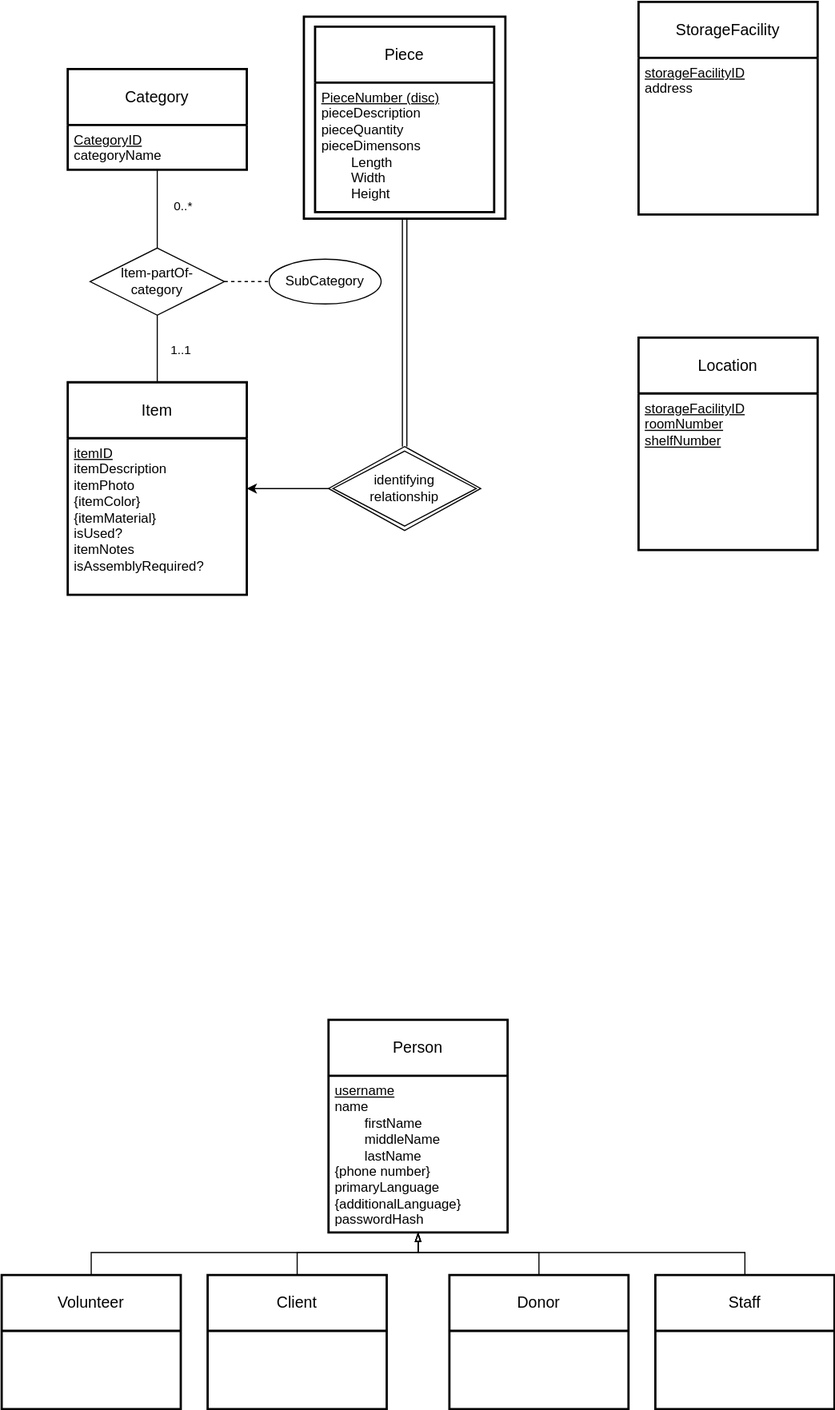
Before: Classes + Uni/PDS/Project/Part 1/Project1.svg, a diagram exported from draw.io (ivanearisty/obsidian). Source tidied: cells renumbered, new cells last; positions are measured from the earlier drawing's top-left corner, leaving out a move shared by most shapes.
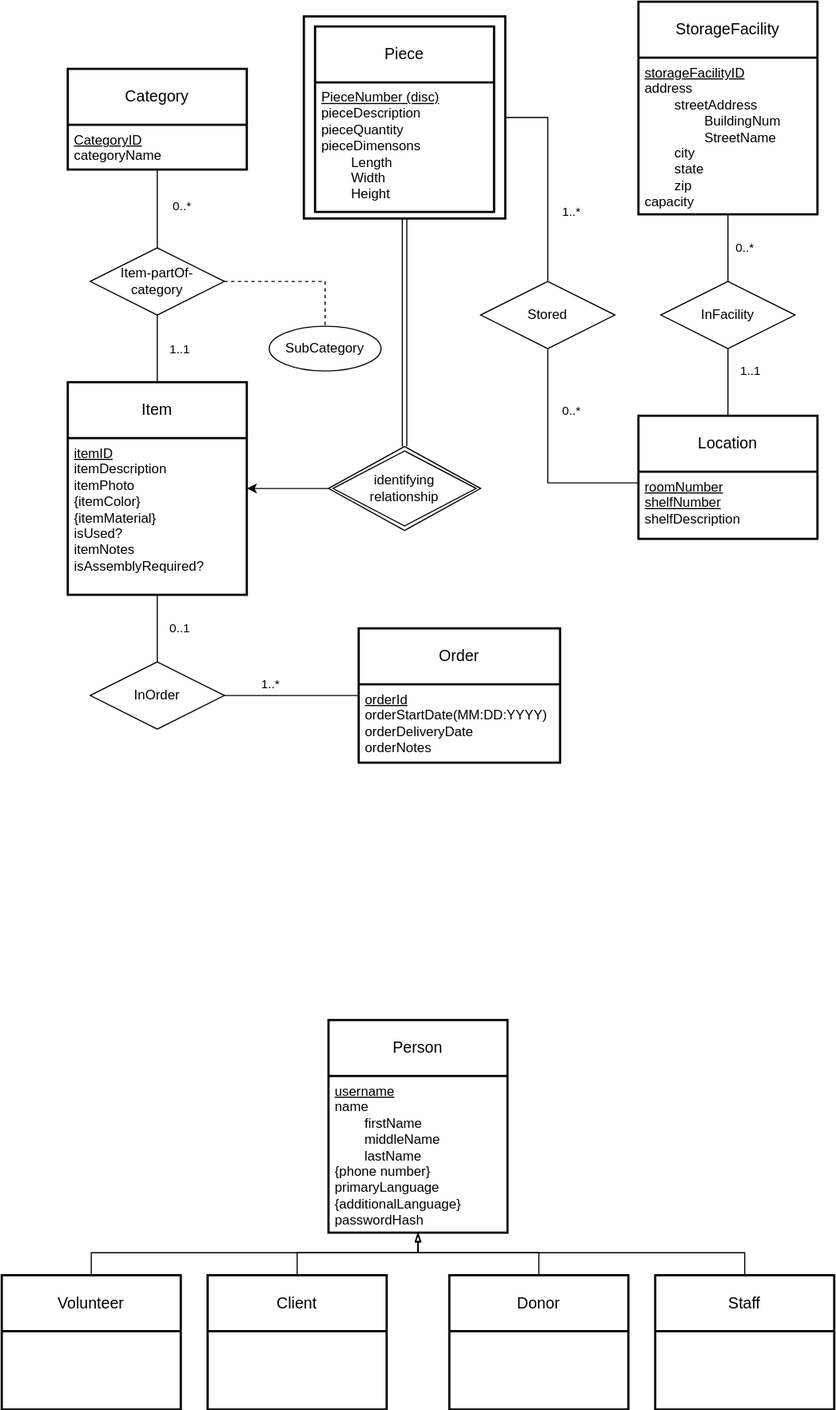
After the change.

Commit message:
vault backup: 2024-10-17 14:43:26

Change to the diagram source:
```diff
@@ -109,19 +109,85 @@
       <mxGeometry x="292" y="397.5" width="136" height="75" as="geometry" />
     </mxCell>
     <mxCell id="29" value="SubCategory" style="ellipse;whiteSpace=wrap;html=1;align=center;" parent="1" vertex="1">
-      <mxGeometry x="239" y="230" width="100" height="40" as="geometry" />
+      <mxGeometry x="239" y="290" width="100" height="40" as="geometry" />
     </mxCell>
+    <mxCell id="34" style="edgeStyle=orthogonalEdgeStyle;rounded=0;jettySize=auto;html=1;endArrow=none;endFill=0;" parent="1" edge="1" source="30" target="38">
+      <mxGeometry relative="1" as="geometry" />
+    </mxCell>
+    <mxCell id="35" value="1..1" style="edgeLabel;html=1;align=center;verticalAlign=middle;" parent="34" vertex="1">
+      <mxGeometry x="0.34" relative="1" as="geometry">
+        <mxPoint x="20" as="offset" />
+      </mxGeometry>
+    </mxCell>
     <mxCell id="30" value="Location" style="swimlane;horizontal=1;startSize=50;rounded=0;fontSize=14;fontStyle=0;strokeWidth=2;shadow=0;dashed=0;align=center;arcSize=4;whiteSpace=wrap;html=1;" parent="1" vertex="1">
-      <mxGeometry x="569" y="300" width="160" height="190" as="geometry" />
+      <mxGeometry x="569" y="370" width="160" height="110" as="geometry" />
     </mxCell>
-    <mxCell id="31" value="&lt;u&gt;storageFacilityID&lt;/u&gt;&lt;div&gt;&lt;u&gt;roomNumber&lt;/u&gt;&lt;/div&gt;&lt;div&gt;&lt;u&gt;shelfNumber&lt;/u&gt;&lt;/div&gt;" style="align=left;strokeColor=none;fillColor=none;spacingLeft=4;fontSize=12;verticalAlign=top;html=1;" parent="30" vertex="1">
-      <mxGeometry y="50" width="160" height="140" as="geometry" />
+    <mxCell id="31" value="&lt;div&gt;&lt;u&gt;roomNumber&lt;/u&gt;&lt;/div&gt;&lt;div&gt;&lt;u&gt;shelfNumber&lt;/u&gt;&lt;/div&gt;&lt;div&gt;shelfDescription&lt;/div&gt;" style="align=left;strokeColor=none;fillColor=none;spacingLeft=4;fontSize=12;verticalAlign=top;html=1;" parent="30" vertex="1">
+      <mxGeometry y="50" width="160" height="60" as="geometry" />
     </mxCell>
     <mxCell id="32" value="StorageFacility" style="swimlane;horizontal=1;startSize=50;rounded=0;fontSize=14;fontStyle=0;strokeWidth=2;shadow=0;dashed=0;align=center;arcSize=4;whiteSpace=wrap;html=1;" parent="1" vertex="1">
       <mxGeometry x="569" width="160" height="190" as="geometry" />
     </mxCell>
-    <mxCell id="33" value="&lt;u&gt;storageFacilityID&lt;/u&gt;&lt;div&gt;address&lt;/div&gt;&lt;div&gt;&lt;span style=&quot;white-space: pre;&quot;&gt;&#9;&lt;/span&gt;&lt;br&gt;&lt;/div&gt;" style="align=left;strokeColor=none;fillColor=none;spacingLeft=4;fontSize=12;verticalAlign=top;html=1;" parent="32" vertex="1">
+    <mxCell id="33" value="&lt;u&gt;storageFacilityID&lt;/u&gt;&lt;div&gt;address&lt;/div&gt;&lt;div&gt;&lt;span style=&quot;white-space: pre;&quot;&gt;&#9;&lt;/span&gt;streetAddress&lt;br&gt;&lt;/div&gt;&lt;div&gt;&lt;span style=&quot;white-space: pre;&quot;&gt;&#9;&lt;/span&gt;&lt;span style=&quot;white-space: pre;&quot;&gt;&#9;&lt;/span&gt;BuildingNum&lt;br&gt;&lt;/div&gt;&lt;div&gt;&lt;span style=&quot;white-space: pre;&quot;&gt;&#9;&lt;/span&gt;&lt;span style=&quot;white-space: pre;&quot;&gt;&#9;&lt;/span&gt;StreetName&lt;br&gt;&lt;/div&gt;&lt;div&gt;&lt;span style=&quot;white-space: pre;&quot;&gt;&#9;&lt;/span&gt;city&lt;br&gt;&lt;/div&gt;&lt;div&gt;&lt;span style=&quot;white-space: pre;&quot;&gt;&#9;&lt;/span&gt;state&lt;br&gt;&lt;/div&gt;&lt;div&gt;&lt;span style=&quot;white-space: pre;&quot;&gt;&#9;&lt;/span&gt;zip&lt;br&gt;&lt;/div&gt;&lt;div&gt;capacity&lt;/div&gt;" style="align=left;strokeColor=none;fillColor=none;spacingLeft=4;fontSize=12;verticalAlign=top;html=1;" parent="32" vertex="1">
       <mxGeometry y="50" width="160" height="140" as="geometry" />
     </mxCell>
+    <mxCell id="36" style="edgeStyle=orthogonalEdgeStyle;rounded=0;jettySize=auto;html=1;endArrow=none;endFill=0;" parent="1" edge="1" source="38" target="33">
+      <mxGeometry relative="1" as="geometry" />
+    </mxCell>
+    <mxCell id="37" value="0..*" style="edgeLabel;html=1;align=center;verticalAlign=middle;" parent="36" vertex="1">
+      <mxGeometry x="-0.01" y="2" relative="1" as="geometry">
+        <mxPoint x="17" as="offset" />
+      </mxGeometry>
+    </mxCell>
+    <mxCell id="38" value="InFacility" style="shape=rhombus;perimeter=rhombusPerimeter;whiteSpace=wrap;html=1;align=center;" parent="1" vertex="1">
+      <mxGeometry x="589" y="250" width="120" height="60" as="geometry" />
+    </mxCell>
+    <mxCell id="39" value="Order" style="swimlane;horizontal=1;startSize=50;rounded=0;fontSize=14;fontStyle=0;strokeWidth=2;shadow=0;dashed=0;align=center;arcSize=4;whiteSpace=wrap;html=1;" parent="1" vertex="1">
+      <mxGeometry x="319" y="560" width="180" height="120" as="geometry" />
+    </mxCell>
+    <mxCell id="40" value="&lt;div&gt;&lt;u&gt;orderId&lt;/u&gt;&lt;/div&gt;&lt;div&gt;orderStartDate(MM:DD:YYYY)&lt;/div&gt;&lt;div&gt;orderDeliveryDate&lt;/div&gt;&lt;div&gt;orderNotes&lt;/div&gt;" style="align=left;strokeColor=none;fillColor=none;spacingLeft=4;fontSize=12;verticalAlign=top;html=1;" parent="39" vertex="1">
+      <mxGeometry y="50" width="180" height="70" as="geometry" />
+    </mxCell>
+    <mxCell id="41" style="edgeStyle=orthogonalEdgeStyle;rounded=0;jettySize=auto;html=1;endArrow=none;endFill=0;" parent="1" edge="1" source="43" target="30">
+      <mxGeometry relative="1" as="geometry">
+        <Array as="points">
+          <mxPoint x="488" y="430" />
+        </Array>
+      </mxGeometry>
+    </mxCell>
+    <mxCell id="42" value="0..*" style="edgeLabel;html=1;align=center;verticalAlign=middle;" parent="41" vertex="1">
+      <mxGeometry x="-0.44" y="-2" relative="1" as="geometry">
+        <mxPoint x="23" as="offset" />
+      </mxGeometry>
+    </mxCell>
+    <mxCell id="43" value="Stored" style="shape=rhombus;perimeter=rhombusPerimeter;whiteSpace=wrap;html=1;align=center;" parent="1" vertex="1">
+      <mxGeometry x="428" y="250" width="120" height="60" as="geometry" />
+    </mxCell>
+    <mxCell id="44" style="edgeStyle=orthogonalEdgeStyle;rounded=0;jettySize=auto;html=1;endArrow=none;endFill=0;" parent="1" edge="1" source="23" target="43">
+      <mxGeometry relative="1" as="geometry">
+        <Array as="points">
+          <mxPoint x="488" y="104" />
+        </Array>
+      </mxGeometry>
+    </mxCell>
+    <mxCell id="45" value="1..*" style="edgeLabel;html=1;align=center;verticalAlign=middle;" parent="44" vertex="1">
+      <mxGeometry x="0.45" relative="1" as="geometry">
+        <mxPoint x="21" y="-12" as="offset" />
+      </mxGeometry>
+    </mxCell>
+    <mxCell id="46" style="edgeStyle=orthogonalEdgeStyle;rounded=0;jettySize=auto;html=1;endArrow=none;endFill=0;" parent="1" edge="1" source="48" target="39">
+      <mxGeometry relative="1" as="geometry" />
+    </mxCell>
+    <mxCell id="47" value="1..*" style="edgeLabel;html=1;align=center;verticalAlign=middle;" parent="46" vertex="1">
+      <mxGeometry x="-0.43" y="-2" relative="1" as="geometry">
+        <mxPoint x="6" y="-12" as="offset" />
+      </mxGeometry>
+    </mxCell>
+    <mxCell id="48" value="InOrder" style="shape=rhombus;perimeter=rhombusPerimeter;whiteSpace=wrap;html=1;align=center;" parent="1" vertex="1">
+      <mxGeometry x="79" y="590" width="120" height="60" as="geometry" />
+    </mxCell>
+    <mxCell id="49" value="0..1" style="edgeStyle=orthogonalEdgeStyle;rounded=0;jettySize=auto;html=1;endArrow=none;endFill=0;" parent="1" edge="1" source="13" target="48">
+      <mxGeometry y="20" relative="1" as="geometry" />
+    </mxCell>
   </root>
 </mxGraphModel>
```
